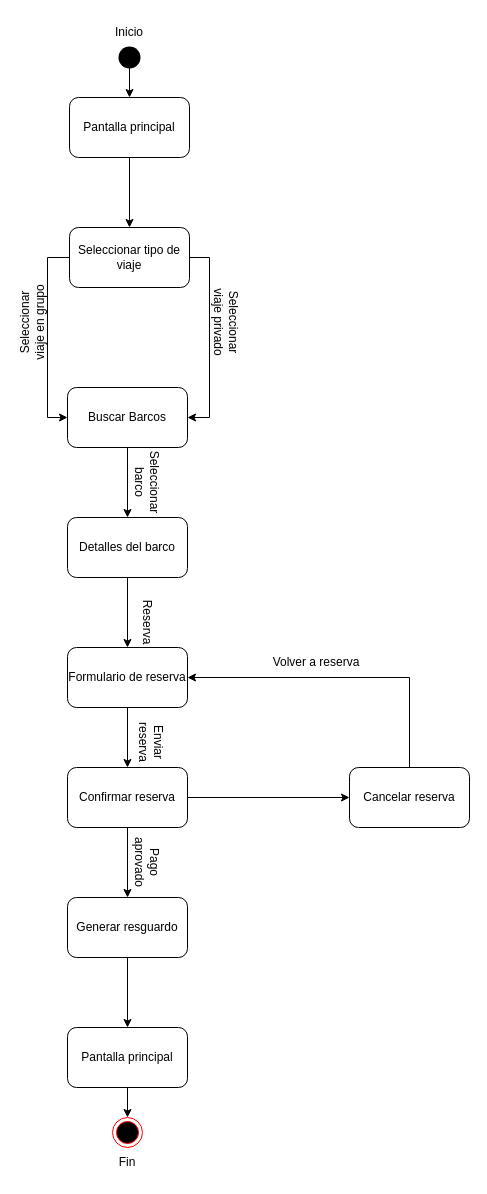
This is Diagramas/Estat_XaJo.drawio from joam6/Sailing_XaJo, a draw.io file, before an edit. Source tidied: cells renumbered, new cells numbered last; positions are measured from the earlier drawing's top-left corner, leaving out a move shared by most shapes. Both pictures are drawn from the tidied source at 100%, with x=0, y=0 at pixel (-13, 17).
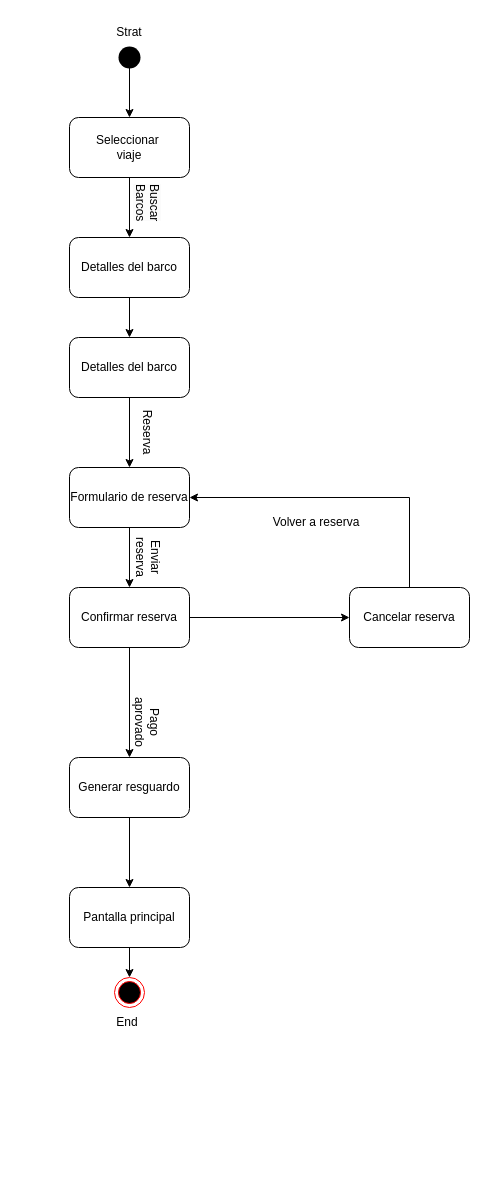
Above is the later version.

The change refers to these unchanged cells:
```xml
<mxCell id="3" style="shape=waypoint;sketch=0;fillStyle=solid;size=6;points=[];fillColor=none;perimeter=centerPerimeter;snapToPoint=1;strokeWidth=9;" parent="1" vertex="1">
  <mxGeometry x="132" y="30" width="20" height="20" as="geometry" />
</mxCell>
```

Change to the diagram source:
```diff
@@
-    <mxCell id="2" style="edgeStyle=orthogonalEdgeStyle;rounded=0;jettySize=auto;html=1;entryX=0.5;entryY=0;entryDx=0;entryDy=0;" parent="1" edge="1" source="3" target="28">
-      <mxGeometry relative="1" as="geometry" />
-    </mxCell>
+    <mxCell id="34" style="edgeStyle=orthogonalEdgeStyle;rounded=0;jettySize=auto;html=1;entryX=0.5;entryY=0;entryDx=0;entryDy=0;" parent="1" edge="1" source="3" target="10">
+      <mxGeometry relative="1" as="geometry" />
+    </mxCell>
@@
     <mxCell id="4" value="Detalles del barco" style="rounded=1;whiteSpace=wrap;html=1;" parent="1" vertex="1">
-      <mxGeometry x="80" y="500" width="120" height="60" as="geometry" />
+      <mxGeometry x="82" y="320" width="120" height="60" as="geometry" />
     </mxCell>
@@
     <mxCell id="6" value="Formulario de reserva" style="rounded=1;whiteSpace=wrap;html=1;" parent="1" vertex="1">
-      <mxGeometry x="80" y="630" width="120" height="60" as="geometry" />
+      <mxGeometry x="82" y="450" width="120" height="60" as="geometry" />
     </mxCell>
@@
-    <mxCell id="8" style="edgeStyle=orthogonalEdgeStyle;rounded=0;jettySize=auto;html=1;exitX=0;exitY=0.5;exitDx=0;exitDy=0;entryX=0;entryY=0.5;entryDx=0;entryDy=0;" parent="1" edge="1" source="10" target="12">
-      <mxGeometry relative="1" as="geometry" />
-    </mxCell>
-    <mxCell id="9" style="edgeStyle=orthogonalEdgeStyle;rounded=0;jettySize=auto;html=1;exitX=1;exitY=0.5;exitDx=0;exitDy=0;entryX=1;entryY=0.5;entryDx=0;entryDy=0;" parent="1" edge="1" source="10" target="12">
-      <mxGeometry relative="1" as="geometry" />
-    </mxCell>
+    <mxCell id="35" style="edgeStyle=orthogonalEdgeStyle;rounded=0;jettySize=auto;html=1;exitX=0.5;exitY=1;exitDx=0;exitDy=0;entryX=0.5;entryY=0;entryDx=0;entryDy=0;" parent="1" edge="1" source="10" target="12">
+      <mxGeometry relative="1" as="geometry" />
+    </mxCell>
-    <mxCell id="10" value="Seleccionar tipo de viaje" style="rounded=1;whiteSpace=wrap;html=1;" parent="1" vertex="1">
-      <mxGeometry x="82" y="210" width="120" height="60" as="geometry" />
+    <mxCell id="10" value="Seleccionar&amp;nbsp;&lt;div&gt;viaje&lt;/div&gt;" style="rounded=1;whiteSpace=wrap;html=1;" parent="1" vertex="1">
+      <mxGeometry x="82" y="100" width="120" height="60" as="geometry" />
     </mxCell>
@@
-    <mxCell id="12" value="Buscar Barcos" style="rounded=1;whiteSpace=wrap;html=1;" parent="1" vertex="1">
-      <mxGeometry x="80" y="370" width="120" height="60" as="geometry" />
+    <mxCell id="12" value="Detalles del barco" style="rounded=1;whiteSpace=wrap;html=1;" parent="1" vertex="1">
+      <mxGeometry x="82" y="220" width="120" height="60" as="geometry" />
     </mxCell>
-    <mxCell id="13" value="&lt;span style=&quot;color: rgb(0, 0, 0); font-family: Helvetica; font-size: 12px; font-style: normal; font-variant-ligatures: normal; font-variant-caps: normal; font-weight: 400; letter-spacing: normal; orphans: 2; text-align: center; text-indent: 0px; text-transform: none; widows: 2; word-spacing: 0px; -webkit-text-stroke-width: 0px; white-space: normal; background-color: rgb(251, 251, 251); text-decoration-thickness: initial; text-decoration-style: initial; text-decoration-color: initial; display: inline !important; float: none;&quot;&gt;Seleccionar viaje en grupo&lt;/span&gt;" style="text;html=1;align=center;verticalAlign=middle;whiteSpace=wrap;rounded=0;rotation=270;" parent="1" vertex="1">
-      <mxGeometry y="290" width="90" height="30" as="geometry" />
-    </mxCell>
-    <mxCell id="14" value="&lt;span style=&quot;color: rgb(0, 0, 0); font-family: Helvetica; font-size: 12px; font-style: normal; font-variant-ligatures: normal; font-variant-caps: normal; font-weight: 400; letter-spacing: normal; orphans: 2; text-align: center; text-indent: 0px; text-transform: none; widows: 2; word-spacing: 0px; -webkit-text-stroke-width: 0px; white-space: normal; background-color: rgb(251, 251, 251); text-decoration-thickness: initial; text-decoration-style: initial; text-decoration-color: initial; display: inline !important; float: none;&quot;&gt;Seleccionar viaje privado&lt;/span&gt;" style="text;html=1;align=center;verticalAlign=middle;whiteSpace=wrap;rounded=0;rotation=90;" parent="1" vertex="1">
-      <mxGeometry x="194" y="290" width="90" height="30" as="geometry" />
-    </mxCell>
-    <mxCell id="15" value="Seleccionar barco" style="text;html=1;align=center;verticalAlign=middle;whiteSpace=wrap;rounded=0;rotation=90;" parent="1" vertex="1">
-      <mxGeometry x="130" y="450" width="60" height="30" as="geometry" />
-    </mxCell>
     <mxCell id="16" value="Reserva" style="text;html=1;align=center;verticalAlign=middle;whiteSpace=wrap;rounded=0;rotation=90;" parent="1" vertex="1">
-      <mxGeometry x="130" y="590" width="60" height="30" as="geometry" />
+      <mxGeometry x="130" y="400" width="60" height="30" as="geometry" />
     </mxCell>
@@
     <mxCell id="19" value="Confirmar reserva" style="rounded=1;whiteSpace=wrap;html=1;" parent="1" vertex="1">
-      <mxGeometry x="80" y="750" width="120" height="60" as="geometry" />
+      <mxGeometry x="82" y="570" width="120" height="60" as="geometry" />
     </mxCell>
     <mxCell id="20" value="Enviar reserva" style="text;html=1;align=center;verticalAlign=middle;whiteSpace=wrap;rounded=0;rotation=90;" parent="1" vertex="1">
-      <mxGeometry x="134" y="710" width="60" height="30" as="geometry" />
+      <mxGeometry x="131" y="525" width="60" height="30" as="geometry" />
     </mxCell>
@@
     <mxCell id="22" value="Generar resguardo" style="rounded=1;whiteSpace=wrap;html=1;" parent="1" vertex="1">
-      <mxGeometry x="80" y="880" width="120" height="60" as="geometry" />
+      <mxGeometry x="82" y="740" width="120" height="60" as="geometry" />
     </mxCell>
     <mxCell id="23" value="Pago aprovado" style="text;html=1;align=center;verticalAlign=middle;whiteSpace=wrap;rounded=0;rotation=90;" parent="1" vertex="1">
-      <mxGeometry x="130" y="830" width="60" height="30" as="geometry" />
+      <mxGeometry x="130" y="690" width="60" height="30" as="geometry" />
     </mxCell>
     <mxCell id="24" style="ellipse;html=1;shape=endState;fillColor=#000000;strokeColor=#ff0000;" parent="1" vertex="1">
-      <mxGeometry x="125" y="1100" width="30" height="30" as="geometry" />
+      <mxGeometry x="127" y="960" width="30" height="30" as="geometry" />
     </mxCell>
@@
     <mxCell id="26" value="Pantalla principal" style="rounded=1;whiteSpace=wrap;html=1;" parent="1" vertex="1">
-      <mxGeometry x="80" y="1010" width="120" height="60" as="geometry" />
+      <mxGeometry x="82" y="870" width="120" height="60" as="geometry" />
     </mxCell>
-    <mxCell id="27" style="edgeStyle=orthogonalEdgeStyle;rounded=0;jettySize=auto;html=1;exitX=0.5;exitY=1;exitDx=0;exitDy=0;" parent="1" edge="1" source="28" target="10">
-      <mxGeometry relative="1" as="geometry" />
-    </mxCell>
-    <mxCell id="28" value="Pantalla principal" style="rounded=1;whiteSpace=wrap;html=1;" parent="1" vertex="1">
-      <mxGeometry x="82" y="80" width="120" height="60" as="geometry" />
-    </mxCell>
-    <mxCell id="29" value="Inicio" style="text;html=1;align=center;verticalAlign=middle;whiteSpace=wrap;rounded=0;" parent="1" vertex="1">
+    <mxCell id="29" value="Strat" style="text;html=1;align=center;verticalAlign=middle;whiteSpace=wrap;rounded=0;" parent="1" vertex="1">
       <mxGeometry x="112" width="60" height="30" as="geometry" />
     </mxCell>
-    <mxCell id="30" value="Fin" style="text;html=1;align=center;verticalAlign=middle;whiteSpace=wrap;rounded=0;" parent="1" vertex="1">
-      <mxGeometry x="110" y="1130" width="60" height="30" as="geometry" />
+    <mxCell id="30" value="End" style="text;html=1;align=center;verticalAlign=middle;whiteSpace=wrap;rounded=0;" parent="1" vertex="1">
+      <mxGeometry x="110" y="990" width="60" height="30" as="geometry" />
     </mxCell>
@@
     <mxCell id="32" value="Cancelar reserva" style="rounded=1;whiteSpace=wrap;html=1;" parent="1" vertex="1">
-      <mxGeometry x="362" y="750" width="120" height="60" as="geometry" />
+      <mxGeometry x="362" y="570" width="120" height="60" as="geometry" />
     </mxCell>
     <mxCell id="33" value="Volver a reserva" style="text;html=1;align=center;verticalAlign=middle;whiteSpace=wrap;rounded=0;rotation=0;" parent="1" vertex="1">
-      <mxGeometry x="284" y="630" width="90" height="30" as="geometry" />
+      <mxGeometry x="284" y="490" width="90" height="30" as="geometry" />
     </mxCell>
+    <mxCell id="36" value="&lt;span style=&quot;color: rgb(0, 0, 0); font-family: Helvetica; font-size: 12px; font-style: normal; font-variant-ligatures: normal; font-variant-caps: normal; font-weight: 400; letter-spacing: normal; orphans: 2; text-align: center; text-indent: 0px; text-transform: none; widows: 2; word-spacing: 0px; -webkit-text-stroke-width: 0px; white-space: normal; background-color: rgb(251, 251, 251); text-decoration-thickness: initial; text-decoration-style: initial; text-decoration-color: initial; display: inline !important; float: none;&quot;&gt;Buscar Barcos&lt;/span&gt;" style="text;whiteSpace=wrap;html=1;rotation=90;" parent="1" vertex="1">
+      <mxGeometry x="136" y="170" width="50" height="40" as="geometry" />
+    </mxCell>
```
